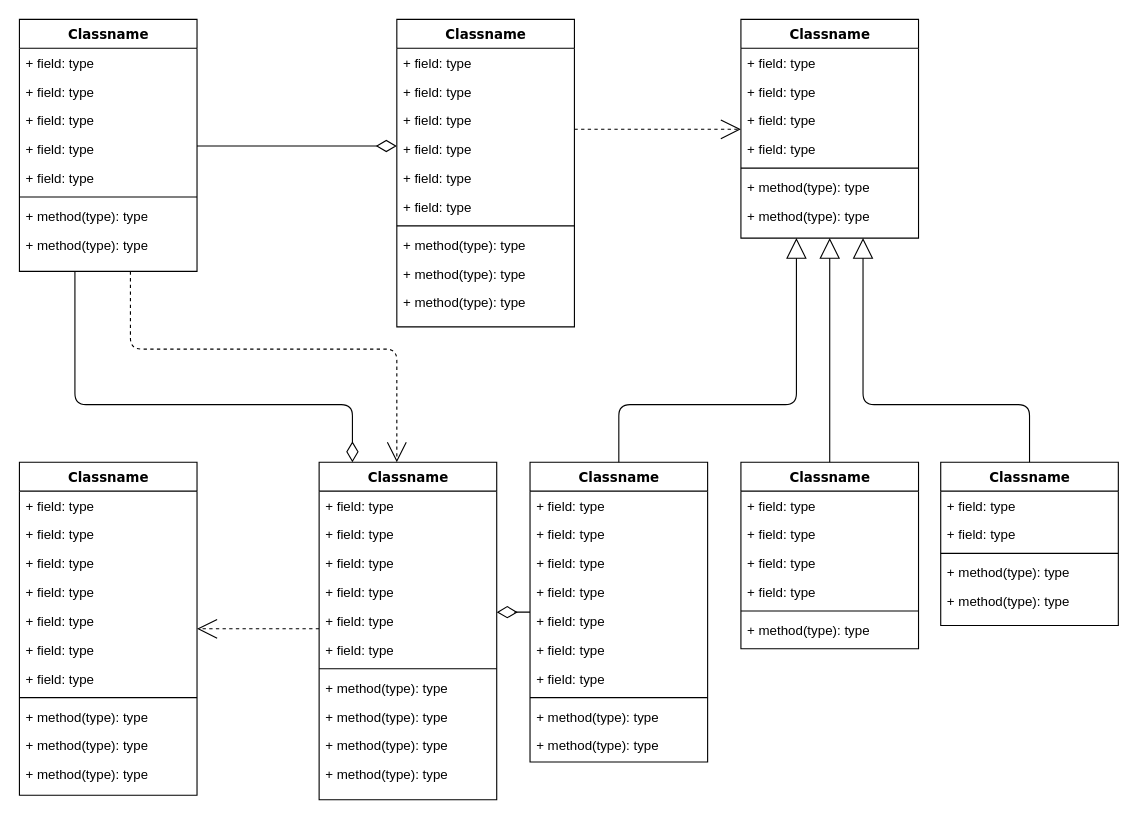
Before: Untitled Diagram.drawio in aregghaz/my-general-med-web, a draw.io diagram. Source tidied: cells renumbered, new cells numbered last; positions are measured from the earlier drawing's top-left corner, leaving out a move shared by most shapes. Both pictures are drawn from the tidied source at 111%, with x=0, y=0 at pixel (19, 19).
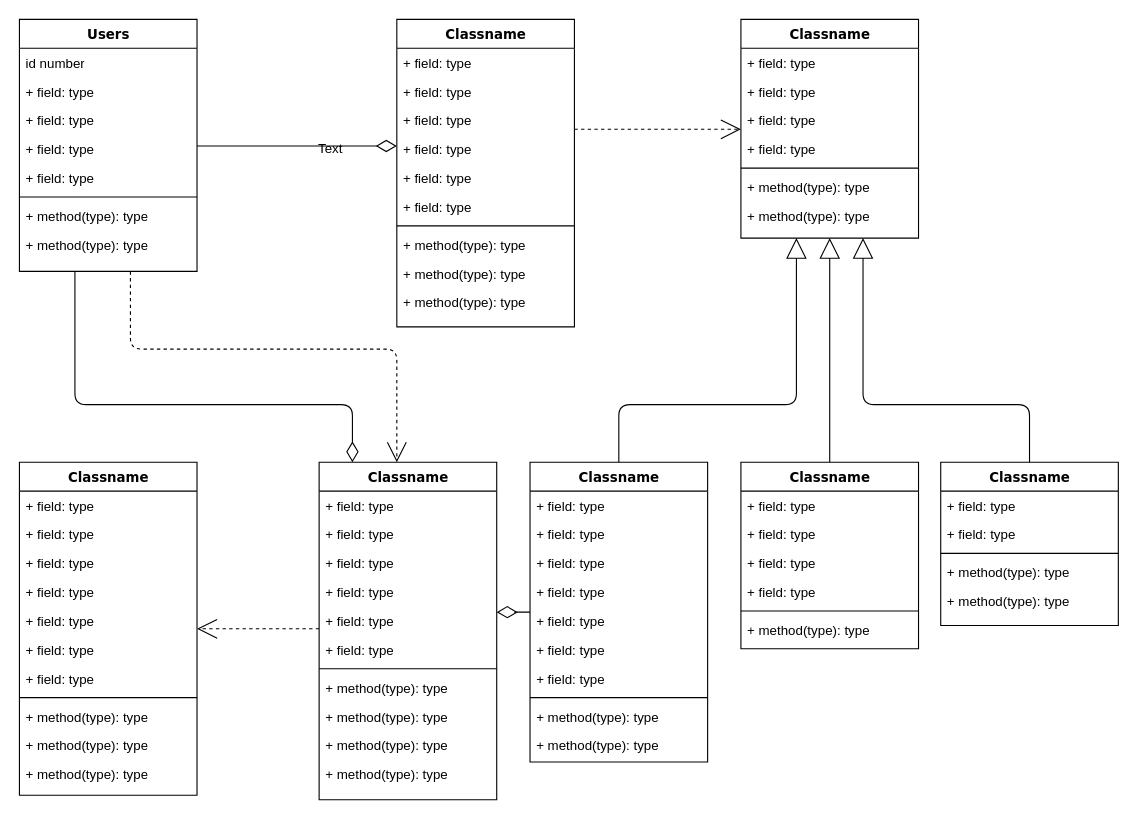
Above is the later version.

What changed in the source:
```diff
@@
-    <mxCell id="4" value="Classname" style="swimlane;html=1;fontStyle=1;align=center;verticalAlign=top;horizontal=1;startSize=26;swimlaneFillColor=#ffffff;rounded=0;shadow=0;comic=0;labelBackgroundColor=none;strokeWidth=1;fillColor=none;fontFamily=Verdana;fontSize=12;" parent="1" vertex="1">
+    <mxCell id="4" value="Users" style="swimlane;html=1;fontStyle=1;align=center;verticalAlign=top;horizontal=1;startSize=26;swimlaneFillColor=#ffffff;rounded=0;shadow=0;comic=0;labelBackgroundColor=none;strokeWidth=1;fillColor=none;fontFamily=Verdana;fontSize=12;" parent="1" vertex="1">
       <mxGeometry width="160" height="227" as="geometry" />
     </mxCell>
-    <mxCell id="5" value="+ field: type" style="text;html=1;strokeColor=none;fillColor=none;align=left;verticalAlign=top;spacingLeft=4;spacingRight=4;whiteSpace=wrap;overflow=hidden;" parent="4" vertex="1">
+    <mxCell id="5" value="id number" style="text;html=1;strokeColor=none;fillColor=none;align=left;verticalAlign=top;spacingLeft=4;spacingRight=4;whiteSpace=wrap;overflow=hidden;" parent="4" vertex="1">
       <mxGeometry y="26" width="160" height="26" as="geometry" />
     </mxCell>
@@
+    <mxCell id="87" value="Text" style="text;html=1;align=center;verticalAlign=middle;strokeColor=none;fillColor=none;" parent="1" vertex="1">
+      <mxGeometry x="255" y="102" width="50" height="30" as="geometry" />
+    </mxCell>
```
